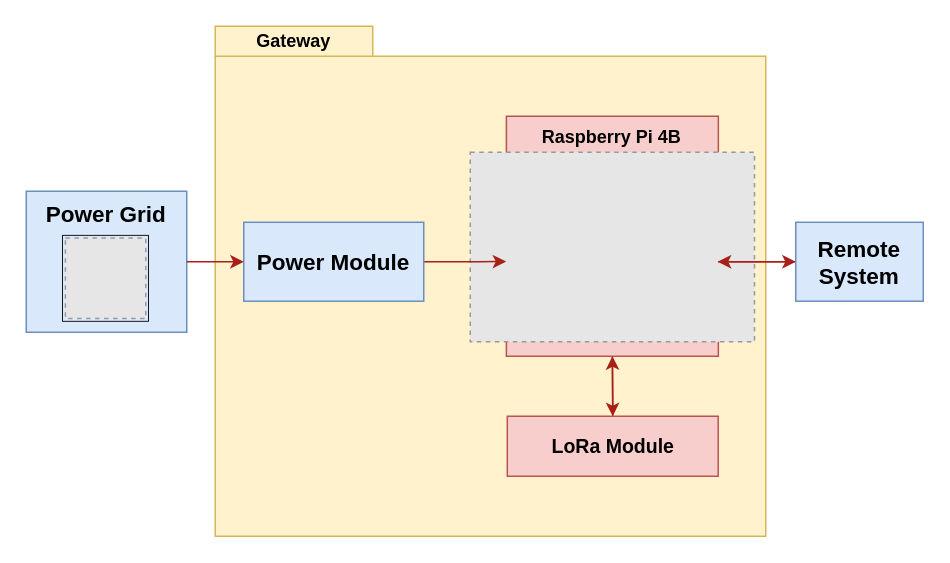
Above: page "gateway_hw_arch" (5 of 8) of project/report/flowcharts/system_overview.drawio in ESRGgroup9/slipad (draw.io), before the change. Source tidied: cells renumbered, new cells numbered last; positions are measured from the earlier drawing's top-left corner, leaving out a move shared by most shapes. Both pictures are drawn from the tidied source at 150%, with x=0, y=0 at pixel (26, 26). Pictures stored in the file or linked from it are replaced by grey dashed boxes.
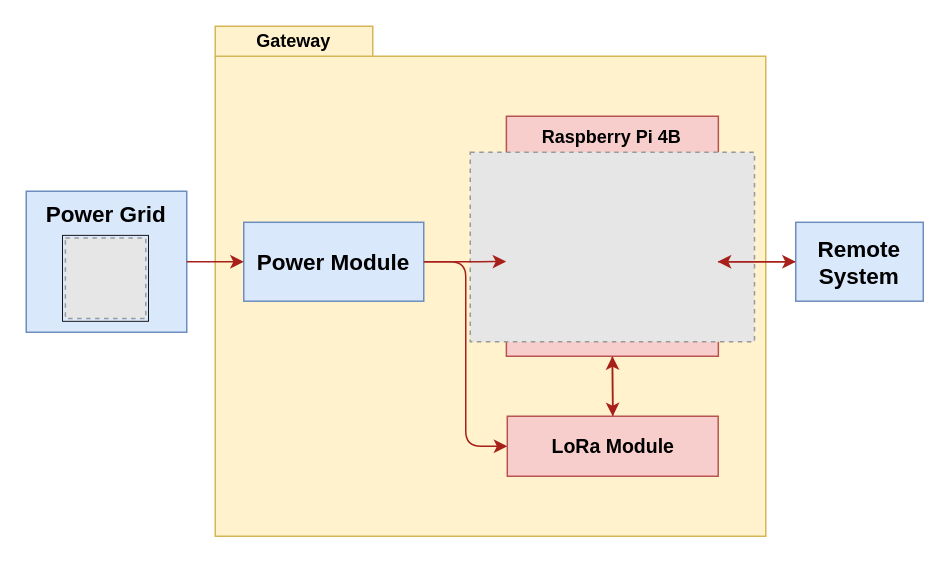
Above is the later version.

Unchanged cells that the change refers to:
```xml
<mxCell id="8" value="LoRa Module" style="text;html=1;strokeColor=#b85450;fillColor=#f8cecc;align=center;verticalAlign=middle;whiteSpace=wrap;rounded=0;sketch=0;fontSize=13;strokeWidth=1;fontStyle=1;" parent="1" vertex="1">
  <mxGeometry x="320.7" y="260" width="140.6" height="40" as="geometry" />
</mxCell>
<mxCell id="10" value="Power Module" style="rounded=0;whiteSpace=wrap;html=1;fillColor=#dae8fc;strokeColor=#6c8ebf;fontColor=default;fontStyle=1;verticalAlign=middle;fontSize=15;" parent="1" vertex="1">
  <mxGeometry x="145" y="130.7" width="120" height="52.6" as="geometry" />
</mxCell>
```

Diff of the diagram source:
```diff
@@
+    <mxCell id="19" style="edgeStyle=orthogonalEdgeStyle;rounded=1;jettySize=auto;html=1;exitX=1;exitY=0.5;exitDx=0;exitDy=0;entryX=0;entryY=0.5;entryDx=0;entryDy=0;strokeColor=#A8201A;" parent="1" edge="1" source="10" target="8">
+      <mxGeometry relative="1" as="geometry">
+        <Array as="points">
+          <mxPoint x="293" y="157" />
+          <mxPoint x="293" y="280" />
+        </Array>
+      </mxGeometry>
+    </mxCell>
```
